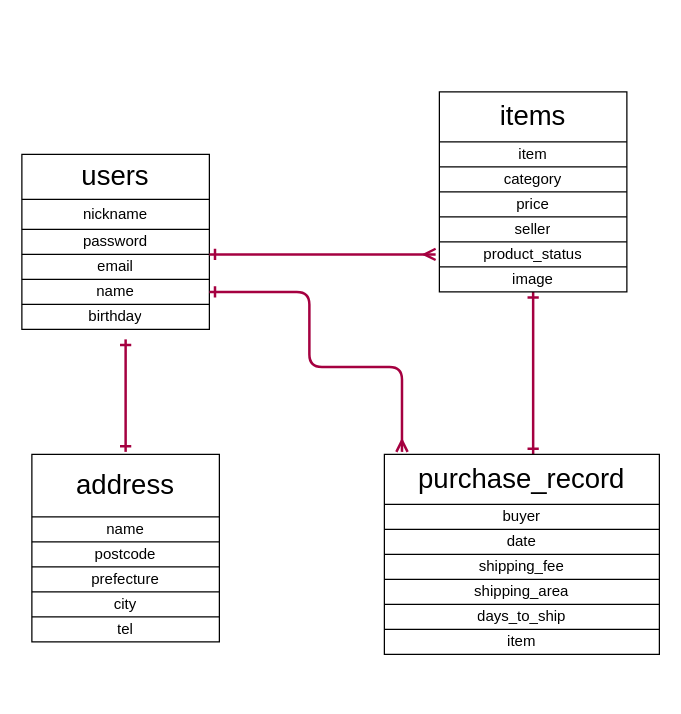
The draw.io diagram er.dio in splashkida/furima-29608, before the edit. Source tidied: cells renumbered, new cells numbered last; positions are measured from the earlier drawing's top-left corner, leaving out a move shared by most shapes. Both pictures are drawn from the tidied source at 125%, with x=0, y=0 at pixel (21, 91).
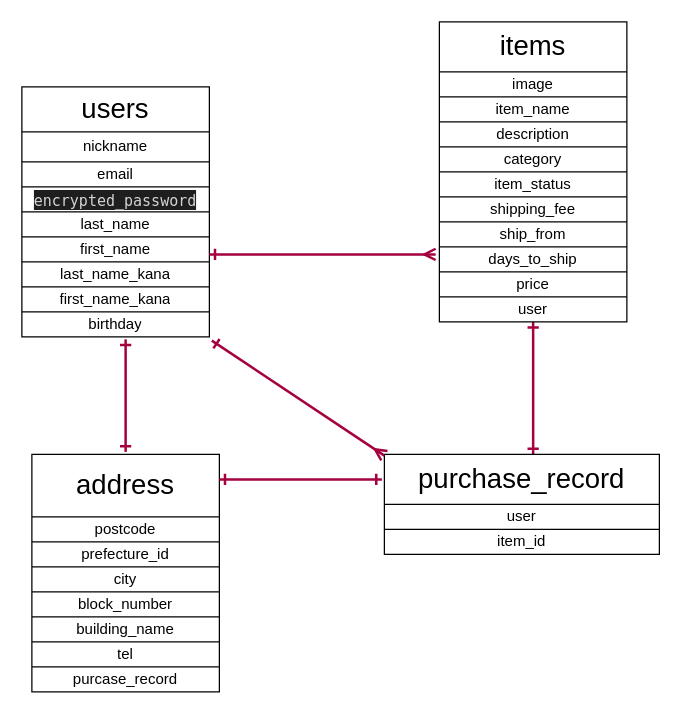
Above is the later version.

The change refers to these unchanged cells:
```xml
<mxCell id="41" style="shape=partialRectangle;html=1;whiteSpace=wrap;fillColor=none;top=0;left=0;bottom=0;right=0;points=[[0,0.5],[1,0.5]];portConstraint=eastwest;" parent="32" vertex="1">
  <mxGeometry y="100" width="150" height="20" as="geometry" />
</mxCell>
<mxCell id="46" style="shape=partialRectangle;html=1;whiteSpace=wrap;fillColor=none;top=0;left=0;bottom=0;right=0;points=[[0,0.5],[1,0.5]];portConstraint=eastwest;fontSize=20;" parent="45" vertex="1">
  <mxGeometry width="220" height="40" as="geometry" />
</mxCell>
<mxCell id="48" style="shape=partialRectangle;html=1;whiteSpace=wrap;fillColor=none;top=0;left=0;bottom=0;right=0;" parent="45" vertex="1">
  <mxGeometry y="40" width="220" height="20" as="geometry" />
</mxCell>
<mxCell id="50" style="shape=partialRectangle;html=1;whiteSpace=wrap;fillColor=none;top=0;left=0;bottom=0;right=0;" parent="45" vertex="1">
  <mxGeometry y="60" width="220" height="20" as="geometry" />
</mxCell>
```

What changed in the source:
```diff
@@
-    <mxCell id="3" style="shape=table;html=1;whiteSpace=wrap;startSize=0;childLayout=tableLayout;" parent="1" vertex="1">
-      <mxGeometry x="334" width="150" height="160" as="geometry" />
-    </mxCell>
-    <mxCell id="4" style="shape=partialRectangle;html=1;whiteSpace=wrap;fillColor=none;top=0;left=0;bottom=0;right=0;" parent="3" vertex="1">
-      <mxGeometry width="150" height="40" as="geometry" />
-    </mxCell>
-    <mxCell id="5" value="&lt;font style=&quot;font-size: 22px&quot;&gt;items&lt;/font&gt;" style="shape=partialRectangle;html=1;whiteSpace=wrap;overflow=hidden;fillColor=none;top=0;left=0;bottom=0;right=0;" parent="4" vertex="1">
-      <mxGeometry width="150" height="40" as="geometry" />
-    </mxCell>
-    <mxCell id="6" style="shape=partialRectangle;html=1;whiteSpace=wrap;fillColor=none;top=0;left=0;bottom=0;right=0;" parent="3" vertex="1">
-      <mxGeometry y="40" width="150" height="20" as="geometry" />
-    </mxCell>
-    <mxCell id="7" value="item" style="shape=partialRectangle;html=1;whiteSpace=wrap;overflow=hidden;fillColor=none;top=0;left=0;bottom=0;right=0;" parent="6" vertex="1">
-      <mxGeometry width="150" height="20" as="geometry" />
-    </mxCell>
-    <mxCell id="8" style="shape=partialRectangle;html=1;whiteSpace=wrap;fillColor=none;top=0;left=0;bottom=0;right=0;" parent="3" vertex="1">
-      <mxGeometry y="60" width="150" height="20" as="geometry" />
-    </mxCell>
-    <mxCell id="9" value="category" style="shape=partialRectangle;html=1;whiteSpace=wrap;overflow=hidden;fillColor=none;top=0;left=0;bottom=0;right=0;" parent="8" vertex="1">
-      <mxGeometry width="150" height="20" as="geometry" />
-    </mxCell>
-    <mxCell id="10" style="shape=partialRectangle;html=1;whiteSpace=wrap;fillColor=none;top=0;left=0;bottom=0;right=0;" parent="3" vertex="1">
-      <mxGeometry y="80" width="150" height="20" as="geometry" />
-    </mxCell>
-    <mxCell id="11" value="price" style="shape=partialRectangle;html=1;whiteSpace=wrap;overflow=hidden;fillColor=none;top=0;left=0;bottom=0;right=0;" parent="10" vertex="1">
-      <mxGeometry width="150" height="20" as="geometry" />
-    </mxCell>
-    <mxCell id="12" style="shape=partialRectangle;html=1;whiteSpace=wrap;fillColor=none;top=0;left=0;bottom=0;right=0;" parent="3" vertex="1">
-      <mxGeometry y="100" width="150" height="20" as="geometry" />
-    </mxCell>
-    <mxCell id="13" value="seller" style="shape=partialRectangle;html=1;whiteSpace=wrap;overflow=hidden;fillColor=none;top=0;left=0;bottom=0;right=0;" parent="12" vertex="1">
-      <mxGeometry width="150" height="20" as="geometry" />
-    </mxCell>
-    <mxCell id="14" style="shape=partialRectangle;html=1;whiteSpace=wrap;fillColor=none;top=0;left=0;bottom=0;right=0;" parent="3" vertex="1">
-      <mxGeometry y="120" width="150" height="20" as="geometry" />
-    </mxCell>
-    <mxCell id="15" value="product_status" style="shape=partialRectangle;html=1;whiteSpace=wrap;overflow=hidden;fillColor=none;top=0;left=0;bottom=0;right=0;" parent="14" vertex="1">
-      <mxGeometry width="150" height="20" as="geometry" />
-    </mxCell>
-    <mxCell id="16" style="shape=partialRectangle;html=1;whiteSpace=wrap;fillColor=none;top=0;left=0;bottom=0;right=0;" parent="3" vertex="1">
-      <mxGeometry y="140" width="150" height="20" as="geometry" />
-    </mxCell>
-    <mxCell id="17" value="image" style="shape=partialRectangle;html=1;whiteSpace=wrap;overflow=hidden;fillColor=none;top=0;left=0;bottom=0;right=0;" parent="16" vertex="1">
-      <mxGeometry width="150" height="20" as="geometry" />
-    </mxCell>
@@
     <mxCell id="19" style="shape=table;html=1;whiteSpace=wrap;startSize=0;childLayout=tableLayout;" parent="1" vertex="1">
-      <mxGeometry x="8" y="290" width="150" height="150" as="geometry" />
+      <mxGeometry x="8" y="290" width="150" height="190" as="geometry" />
     </mxCell>
@@
-    <mxCell id="22" style="shape=partialRectangle;html=1;whiteSpace=wrap;fillColor=none;top=0;left=0;bottom=0;right=0;" parent="19" vertex="1">
-      <mxGeometry y="50" width="150" height="20" as="geometry" />
-    </mxCell>
-    <mxCell id="23" value="name" style="shape=partialRectangle;html=1;whiteSpace=wrap;overflow=hidden;fillColor=none;top=0;left=0;bottom=0;right=0;" parent="22" vertex="1">
-      <mxGeometry width="150" height="20" as="geometry" />
-    </mxCell>
     <mxCell id="24" style="shape=partialRectangle;html=1;whiteSpace=wrap;fillColor=none;top=0;left=0;bottom=0;right=0;" parent="19" vertex="1">
-      <mxGeometry y="70" width="150" height="20" as="geometry" />
+      <mxGeometry y="50" width="150" height="20" as="geometry" />
     </mxCell>
@@
     <mxCell id="26" style="shape=partialRectangle;html=1;whiteSpace=wrap;fillColor=none;top=0;left=0;bottom=0;right=0;" parent="19" vertex="1">
-      <mxGeometry y="90" width="150" height="20" as="geometry" />
+      <mxGeometry y="70" width="150" height="20" as="geometry" />
     </mxCell>
-    <mxCell id="27" value="prefecture" style="shape=partialRectangle;html=1;whiteSpace=wrap;overflow=hidden;fillColor=none;top=0;left=0;bottom=0;right=0;" parent="26" vertex="1">
+    <mxCell id="27" value="prefecture_id" style="shape=partialRectangle;html=1;whiteSpace=wrap;overflow=hidden;fillColor=none;top=0;left=0;bottom=0;right=0;" parent="26" vertex="1">
       <mxGeometry width="150" height="20" as="geometry" />
     </mxCell>
     <mxCell id="28" style="shape=partialRectangle;html=1;whiteSpace=wrap;fillColor=none;top=0;left=0;bottom=0;right=0;" parent="19" vertex="1">
-      <mxGeometry y="110" width="150" height="20" as="geometry" />
+      <mxGeometry y="90" width="150" height="20" as="geometry" />
     </mxCell>
@@
+    <mxCell id="62" style="shape=partialRectangle;html=1;whiteSpace=wrap;fillColor=none;top=0;left=0;bottom=0;right=0;" parent="19" vertex="1">
+      <mxGeometry y="110" width="150" height="20" as="geometry" />
+    </mxCell>
+    <mxCell id="63" value="block_number" style="shape=partialRectangle;html=1;whiteSpace=wrap;overflow=hidden;fillColor=none;top=0;left=0;bottom=0;right=0;" parent="62" vertex="1">
+      <mxGeometry width="150" height="20" as="geometry" />
+    </mxCell>
+    <mxCell id="64" style="shape=partialRectangle;html=1;whiteSpace=wrap;fillColor=none;top=0;left=0;bottom=0;right=0;" parent="19" vertex="1">
+      <mxGeometry y="130" width="150" height="20" as="geometry" />
+    </mxCell>
+    <mxCell id="65" value="building_name" style="shape=partialRectangle;html=1;whiteSpace=wrap;overflow=hidden;fillColor=none;top=0;left=0;bottom=0;right=0;" parent="64" vertex="1">
+      <mxGeometry width="150" height="20" as="geometry" />
+    </mxCell>
     <mxCell id="30" style="shape=partialRectangle;html=1;whiteSpace=wrap;fillColor=none;top=0;left=0;bottom=0;right=0;" parent="19" vertex="1">
-      <mxGeometry y="130" width="150" height="20" as="geometry" />
+      <mxGeometry y="150" width="150" height="20" as="geometry" />
     </mxCell>
@@
+    <mxCell id="66" style="shape=partialRectangle;html=1;whiteSpace=wrap;fillColor=none;top=0;left=0;bottom=0;right=0;" parent="19" vertex="1">
+      <mxGeometry y="170" width="150" height="20" as="geometry" />
+    </mxCell>
+    <mxCell id="67" value="purcase_record" style="shape=partialRectangle;html=1;whiteSpace=wrap;overflow=hidden;fillColor=none;top=0;left=0;bottom=0;right=0;" parent="66" vertex="1">
+      <mxGeometry width="150" height="20" as="geometry" />
+    </mxCell>
     <mxCell id="32" style="shape=table;html=1;whiteSpace=wrap;startSize=0;childLayout=tableLayout;" parent="1" vertex="1">
-      <mxGeometry y="50" width="150" height="140" as="geometry" />
+      <mxGeometry y="-4" width="150" height="200" as="geometry" />
     </mxCell>
@@
+    <mxCell id="39" style="shape=partialRectangle;html=1;whiteSpace=wrap;fillColor=none;top=0;left=0;bottom=0;right=0;" parent="32" vertex="1">
+      <mxGeometry y="60" width="150" height="20" as="geometry" />
+    </mxCell>
+    <mxCell id="40" value="email" style="shape=partialRectangle;html=1;whiteSpace=wrap;overflow=hidden;fillColor=none;top=0;left=0;bottom=0;right=0;" parent="39" vertex="1">
+      <mxGeometry width="150" height="20" as="geometry" />
+    </mxCell>
     <mxCell id="37" style="shape=partialRectangle;html=1;whiteSpace=wrap;fillColor=none;top=0;left=0;bottom=0;right=0;" parent="32" vertex="1">
-      <mxGeometry y="60" width="150" height="20" as="geometry" />
+      <mxGeometry y="80" width="150" height="20" as="geometry" />
     </mxCell>
-    <mxCell id="38" value="password" style="shape=partialRectangle;html=1;whiteSpace=wrap;overflow=hidden;fillColor=none;top=0;left=0;bottom=0;right=0;" parent="37" vertex="1">
+    <mxCell id="38" value="&lt;div style=&quot;color: rgb(212, 212, 212); background-color: rgb(30, 30, 30); font-family: menlo, monaco, &amp;quot;courier new&amp;quot;, monospace; font-weight: normal; font-size: 12px; line-height: 18px;&quot;&gt;&lt;div&gt;&lt;span style=&quot;color: #d4d4d4&quot;&gt;encrypted_password&lt;/span&gt;&lt;/div&gt;&lt;/div&gt;" style="shape=partialRectangle;html=1;whiteSpace=wrap;overflow=hidden;fillColor=none;top=0;left=0;bottom=0;right=0;" parent="37" vertex="1">
       <mxGeometry width="150" height="20" as="geometry" />
     </mxCell>
-    <mxCell id="39" style="shape=partialRectangle;html=1;whiteSpace=wrap;fillColor=none;top=0;left=0;bottom=0;right=0;" parent="32" vertex="1">
-      <mxGeometry y="80" width="150" height="20" as="geometry" />
-    </mxCell>
-    <mxCell id="40" value="email" style="shape=partialRectangle;html=1;whiteSpace=wrap;overflow=hidden;fillColor=none;top=0;left=0;bottom=0;right=0;" parent="39" vertex="1">
-      <mxGeometry width="150" height="20" as="geometry" />
-    </mxCell>
@@
-    <mxCell id="42" value="name" style="shape=partialRectangle;html=1;whiteSpace=wrap;overflow=hidden;fillColor=none;top=0;left=0;bottom=0;right=0;" parent="41" vertex="1">
-      <mxGeometry width="150" height="20" as="geometry" />
-    </mxCell>
+    <mxCell id="68" value="last_name" style="shape=partialRectangle;html=1;whiteSpace=wrap;overflow=hidden;fillColor=none;top=0;left=0;bottom=0;right=0;" parent="41" vertex="1">
+      <mxGeometry width="150" height="20" as="geometry" />
+    </mxCell>
+    <mxCell id="69" style="shape=partialRectangle;html=1;whiteSpace=wrap;fillColor=none;top=0;left=0;bottom=0;right=0;" parent="32" vertex="1">
+      <mxGeometry y="120" width="150" height="20" as="geometry" />
+    </mxCell>
+    <mxCell id="70" value="first_name" style="shape=partialRectangle;html=1;whiteSpace=wrap;overflow=hidden;fillColor=none;top=0;left=0;bottom=0;right=0;" parent="69" vertex="1">
+      <mxGeometry width="150" height="20" as="geometry" />
+    </mxCell>
+    <mxCell id="71" style="shape=partialRectangle;html=1;whiteSpace=wrap;fillColor=none;top=0;left=0;bottom=0;right=0;" parent="32" vertex="1">
+      <mxGeometry y="140" width="150" height="20" as="geometry" />
+    </mxCell>
+    <mxCell id="72" value="last_name_kana" style="shape=partialRectangle;html=1;whiteSpace=wrap;overflow=hidden;fillColor=none;top=0;left=0;bottom=0;right=0;" parent="71" vertex="1">
+      <mxGeometry width="150" height="20" as="geometry" />
+    </mxCell>
+    <mxCell id="73" style="shape=partialRectangle;html=1;whiteSpace=wrap;fillColor=none;top=0;left=0;bottom=0;right=0;" parent="32" vertex="1">
+      <mxGeometry y="160" width="150" height="20" as="geometry" />
+    </mxCell>
+    <mxCell id="74" value="first_name_kana" style="shape=partialRectangle;html=1;whiteSpace=wrap;overflow=hidden;fillColor=none;top=0;left=0;bottom=0;right=0;" parent="73" vertex="1">
+      <mxGeometry width="150" height="20" as="geometry" />
+    </mxCell>
     <mxCell id="43" style="shape=partialRectangle;html=1;whiteSpace=wrap;fillColor=none;top=0;left=0;bottom=0;right=0;points=[[0,0.5],[1,0.5]];portConstraint=eastwest;" parent="32" vertex="1">
-      <mxGeometry y="120" width="150" height="20" as="geometry" />
+      <mxGeometry y="180" width="150" height="20" as="geometry" />
     </mxCell>
@@
     <mxCell id="45" style="shape=table;html=1;whiteSpace=wrap;startSize=0;childLayout=tableLayout;" parent="1" vertex="1">
-      <mxGeometry x="290" y="290" width="220" height="160" as="geometry" />
+      <mxGeometry x="290" y="290" width="220" height="80" as="geometry" />
     </mxCell>
@@
-    <mxCell id="49" value="buyer" style="shape=partialRectangle;html=1;whiteSpace=wrap;overflow=hidden;fillColor=none;top=0;left=0;bottom=0;right=0;" parent="48" vertex="1">
+    <mxCell id="49" value="user" style="shape=partialRectangle;html=1;whiteSpace=wrap;overflow=hidden;fillColor=none;top=0;left=0;bottom=0;right=0;" parent="48" vertex="1">
       <mxGeometry width="220" height="20" as="geometry" />
     </mxCell>
@@
-    <mxCell id="51" value="date" style="shape=partialRectangle;html=1;whiteSpace=wrap;overflow=hidden;fillColor=none;top=0;left=0;bottom=0;right=0;" parent="50" vertex="1">
+    <mxCell id="51" value="item_id" style="shape=partialRectangle;html=1;whiteSpace=wrap;overflow=hidden;fillColor=none;top=0;left=0;bottom=0;right=0;" parent="50" vertex="1">
       <mxGeometry width="220" height="20" as="geometry" />
     </mxCell>
-    <mxCell id="52" style="shape=partialRectangle;html=1;whiteSpace=wrap;fillColor=none;top=0;left=0;bottom=0;right=0;" parent="45" vertex="1">
-      <mxGeometry y="80" width="220" height="20" as="geometry" />
-    </mxCell>
-    <mxCell id="53" value="shipping_fee" style="shape=partialRectangle;html=1;whiteSpace=wrap;overflow=hidden;fillColor=none;top=0;left=0;bottom=0;right=0;" parent="52" vertex="1">
-      <mxGeometry width="220" height="20" as="geometry" />
-    </mxCell>
-    <mxCell id="54" style="shape=partialRectangle;html=1;whiteSpace=wrap;fillColor=none;top=0;left=0;bottom=0;right=0;" parent="45" vertex="1">
-      <mxGeometry y="100" width="220" height="20" as="geometry" />
-    </mxCell>
-    <mxCell id="55" value="shipping_area" style="shape=partialRectangle;html=1;whiteSpace=wrap;overflow=hidden;fillColor=none;top=0;left=0;bottom=0;right=0;" parent="54" vertex="1">
-      <mxGeometry width="220" height="20" as="geometry" />
-    </mxCell>
-    <mxCell id="56" style="shape=partialRectangle;html=1;whiteSpace=wrap;fillColor=none;top=0;left=0;bottom=0;right=0;" parent="45" vertex="1">
-      <mxGeometry y="120" width="220" height="20" as="geometry" />
-    </mxCell>
-    <mxCell id="57" value="days_to_ship" style="shape=partialRectangle;html=1;whiteSpace=wrap;overflow=hidden;fillColor=none;top=0;left=0;bottom=0;right=0;" parent="56" vertex="1">
-      <mxGeometry width="220" height="20" as="geometry" />
-    </mxCell>
-    <mxCell id="58" style="shape=partialRectangle;html=1;whiteSpace=wrap;fillColor=none;top=0;left=0;bottom=0;right=0;" parent="45" vertex="1">
-      <mxGeometry y="140" width="220" height="20" as="geometry" />
-    </mxCell>
-    <mxCell id="59" value="item" style="shape=partialRectangle;html=1;whiteSpace=wrap;overflow=hidden;fillColor=none;top=0;left=0;bottom=0;right=0;" parent="58" vertex="1">
-      <mxGeometry width="220" height="20" as="geometry" />
-    </mxCell>
@@
-    <mxCell id="61" style="edgeStyle=orthogonalEdgeStyle;rounded=1;jettySize=auto;html=1;entryX=0.064;entryY=-0.05;entryDx=0;entryDy=0;entryPerimeter=0;startArrow=ERone;startFill=0;endArrow=ERmany;endFill=0;targetPerimeterSpacing=0;fontSize=20;fillColor=#d80073;strokeColor=#A50040;strokeWidth=2;" parent="1" edge="1" source="41" target="46">
+    <mxCell id="61" style="edgeStyle=orthogonalEdgeStyle;rounded=1;jettySize=auto;html=1;entryX=0.064;entryY=-0.05;entryDx=0;entryDy=0;entryPerimeter=0;startArrow=ERone;startFill=0;endArrow=ERmany;endFill=0;targetPerimeterSpacing=0;fontSize=20;fillColor=#d80073;strokeColor=#A50040;strokeWidth=2;" parent="1" edge="1" target="46">
       <mxGeometry relative="1" as="geometry">
         <Array as="points">
           <mxPoint x="230" y="160" />
           <mxPoint x="230" y="220" />
           <mxPoint x="304" y="220" />
         </Array>
       </mxGeometry>
     </mxCell>
+    <mxCell id="3" style="shape=table;html=1;whiteSpace=wrap;startSize=0;childLayout=tableLayout;" parent="1" vertex="1">
+      <mxGeometry x="334" y="-56" width="150" height="240" as="geometry" />
+    </mxCell>
+    <mxCell id="4" style="shape=partialRectangle;html=1;whiteSpace=wrap;fillColor=none;top=0;left=0;bottom=0;right=0;" parent="3" vertex="1">
+      <mxGeometry width="150" height="40" as="geometry" />
+    </mxCell>
+    <mxCell id="5" value="&lt;font style=&quot;font-size: 22px&quot;&gt;items&lt;/font&gt;" style="shape=partialRectangle;html=1;whiteSpace=wrap;overflow=hidden;fillColor=none;top=0;left=0;bottom=0;right=0;" parent="4" vertex="1">
+      <mxGeometry width="150" height="40" as="geometry" />
+    </mxCell>
+    <mxCell id="16" style="shape=partialRectangle;html=1;whiteSpace=wrap;fillColor=none;top=0;left=0;bottom=0;right=0;" parent="3" vertex="1">
+      <mxGeometry y="40" width="150" height="20" as="geometry" />
+    </mxCell>
+    <mxCell id="17" value="image" style="shape=partialRectangle;html=1;whiteSpace=wrap;overflow=hidden;fillColor=none;top=0;left=0;bottom=0;right=0;" parent="16" vertex="1">
+      <mxGeometry width="150" height="20" as="geometry" />
+    </mxCell>
+    <mxCell id="6" style="shape=partialRectangle;html=1;whiteSpace=wrap;fillColor=none;top=0;left=0;bottom=0;right=0;" parent="3" vertex="1">
+      <mxGeometry y="60" width="150" height="20" as="geometry" />
+    </mxCell>
+    <mxCell id="7" value="item_name" style="shape=partialRectangle;html=1;whiteSpace=wrap;overflow=hidden;fillColor=none;top=0;left=0;bottom=0;right=0;" parent="6" vertex="1">
+      <mxGeometry width="150" height="20" as="geometry" />
+    </mxCell>
+    <mxCell id="75" style="shape=partialRectangle;html=1;whiteSpace=wrap;fillColor=none;top=0;left=0;bottom=0;right=0;" parent="3" vertex="1">
+      <mxGeometry y="80" width="150" height="20" as="geometry" />
+    </mxCell>
+    <mxCell id="76" value="description" style="shape=partialRectangle;html=1;whiteSpace=wrap;overflow=hidden;fillColor=none;top=0;left=0;bottom=0;right=0;" parent="75" vertex="1">
+      <mxGeometry width="150" height="20" as="geometry" />
+    </mxCell>
+    <mxCell id="8" style="shape=partialRectangle;html=1;whiteSpace=wrap;fillColor=none;top=0;left=0;bottom=0;right=0;" parent="3" vertex="1">
+      <mxGeometry y="100" width="150" height="20" as="geometry" />
+    </mxCell>
+    <mxCell id="9" value="category" style="shape=partialRectangle;html=1;whiteSpace=wrap;overflow=hidden;fillColor=none;top=0;left=0;bottom=0;right=0;" parent="8" vertex="1">
+      <mxGeometry width="150" height="20" as="geometry" />
+    </mxCell>
+    <mxCell id="77" style="shape=partialRectangle;html=1;whiteSpace=wrap;fillColor=none;top=0;left=0;bottom=0;right=0;" parent="3" vertex="1">
+      <mxGeometry y="120" width="150" height="20" as="geometry" />
+    </mxCell>
+    <mxCell id="78" value="item_status" style="shape=partialRectangle;html=1;whiteSpace=wrap;overflow=hidden;fillColor=none;top=0;left=0;bottom=0;right=0;" parent="77" vertex="1">
+      <mxGeometry width="150" height="20" as="geometry" />
+    </mxCell>
+    <mxCell id="79" style="shape=partialRectangle;html=1;whiteSpace=wrap;fillColor=none;top=0;left=0;bottom=0;right=0;" parent="3" vertex="1">
+      <mxGeometry y="140" width="150" height="20" as="geometry" />
+    </mxCell>
+    <mxCell id="53" value="shipping_fee" style="shape=partialRectangle;html=1;whiteSpace=wrap;overflow=hidden;fillColor=none;top=0;left=0;bottom=0;right=0;" parent="79" vertex="1">
+      <mxGeometry width="150" height="20" as="geometry" />
+    </mxCell>
+    <mxCell id="80" style="shape=partialRectangle;html=1;whiteSpace=wrap;fillColor=none;top=0;left=0;bottom=0;right=0;" parent="3" vertex="1">
+      <mxGeometry y="160" width="150" height="20" as="geometry" />
+    </mxCell>
+    <mxCell id="81" value="ship_from" style="shape=partialRectangle;html=1;whiteSpace=wrap;overflow=hidden;fillColor=none;top=0;left=0;bottom=0;right=0;" parent="80" vertex="1">
+      <mxGeometry width="150" height="20" as="geometry" />
+    </mxCell>
+    <mxCell id="10" style="shape=partialRectangle;html=1;whiteSpace=wrap;fillColor=none;top=0;left=0;bottom=0;right=0;" parent="3" vertex="1">
+      <mxGeometry y="180" width="150" height="20" as="geometry" />
+    </mxCell>
+    <mxCell id="11" value="days_to_ship" style="shape=partialRectangle;html=1;whiteSpace=wrap;overflow=hidden;fillColor=none;top=0;left=0;bottom=0;right=0;" parent="10" vertex="1">
+      <mxGeometry width="150" height="20" as="geometry" />
+    </mxCell>
+    <mxCell id="12" style="shape=partialRectangle;html=1;whiteSpace=wrap;fillColor=none;top=0;left=0;bottom=0;right=0;" parent="3" vertex="1">
+      <mxGeometry y="200" width="150" height="20" as="geometry" />
+    </mxCell>
+    <mxCell id="13" value="price" style="shape=partialRectangle;html=1;whiteSpace=wrap;overflow=hidden;fillColor=none;top=0;left=0;bottom=0;right=0;" parent="12" vertex="1">
+      <mxGeometry width="150" height="20" as="geometry" />
+    </mxCell>
+    <mxCell id="14" style="shape=partialRectangle;html=1;whiteSpace=wrap;fillColor=none;top=0;left=0;bottom=0;right=0;" parent="3" vertex="1">
+      <mxGeometry y="220" width="150" height="20" as="geometry" />
+    </mxCell>
+    <mxCell id="15" value="user" style="shape=partialRectangle;html=1;whiteSpace=wrap;overflow=hidden;fillColor=none;top=0;left=0;bottom=0;right=0;" parent="14" vertex="1">
+      <mxGeometry width="150" height="20" as="geometry" />
+    </mxCell>
+    <mxCell id="82" style="endArrow=ERone;html=1;rounded=0;strokeColor=#A50040;strokeWidth=2;fontSize=20;startArrow=ERone;startFill=0;endFill=0;fillColor=#d80073;" parent="1" edge="1">
+      <mxGeometry relative="1" as="geometry">
+        <mxPoint x="158" y="310" as="sourcePoint" />
+        <mxPoint x="288" y="310" as="targetPoint" />
+      </mxGeometry>
+    </mxCell>
+    <mxCell id="83" style="endArrow=ERmany;html=1;rounded=0;strokeColor=#A50040;strokeWidth=2;fontSize=20;exitX=1.013;exitY=1.15;exitDx=0;exitDy=0;exitPerimeter=0;startArrow=ERone;startFill=0;endFill=0;fillColor=#d80073;" parent="1" edge="1" source="43">
+      <mxGeometry relative="1" as="geometry">
+        <mxPoint x="290" y="291" as="targetPoint" />
+      </mxGeometry>
+    </mxCell>
```
